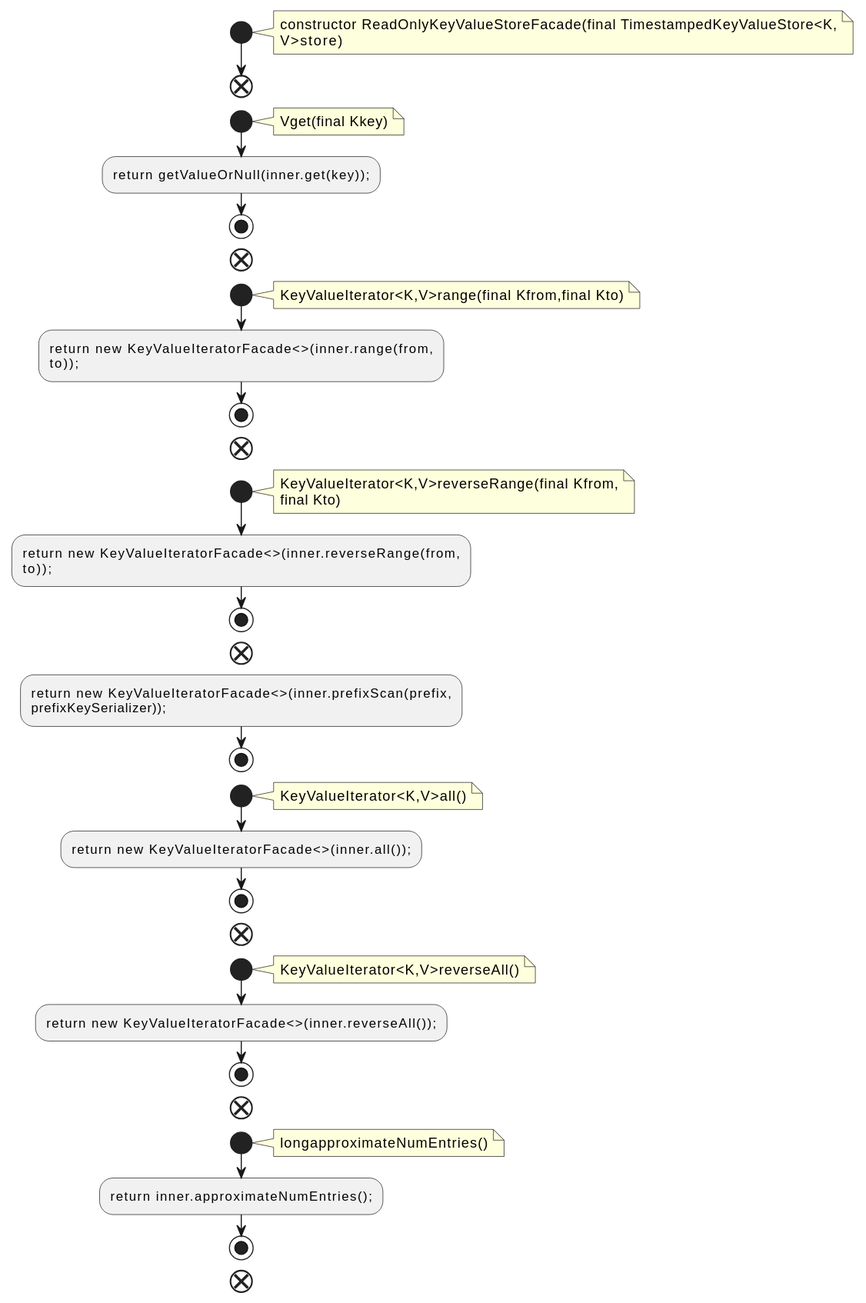
Earlier version of the PlantUML export docs/qc/streams/src/main/java/org/apache/kafka/streams/state/internals/ReadOnlyKeyValueStoreFacade.java.fct.svg (qualitesys/kafka).
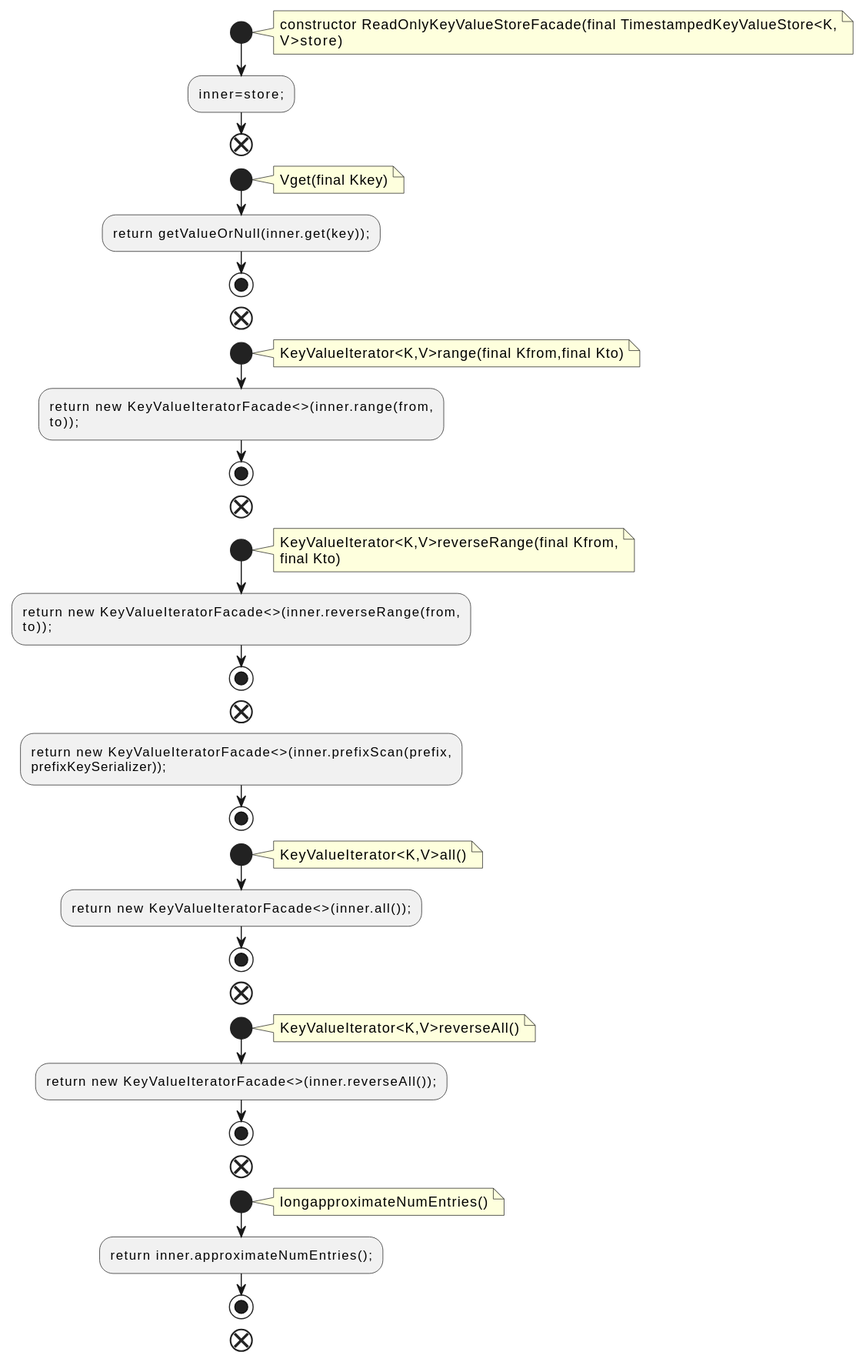
Later version of the same file.

What changed in the source:
```diff
@@ -5,6 +5,7 @@
 constructor ReadOnlyKeyValueStoreFacade(final TimestampedKeyValueStore<K,
 V>store)
 end note
+:inner=store;;
 end
 start
 note right
```
